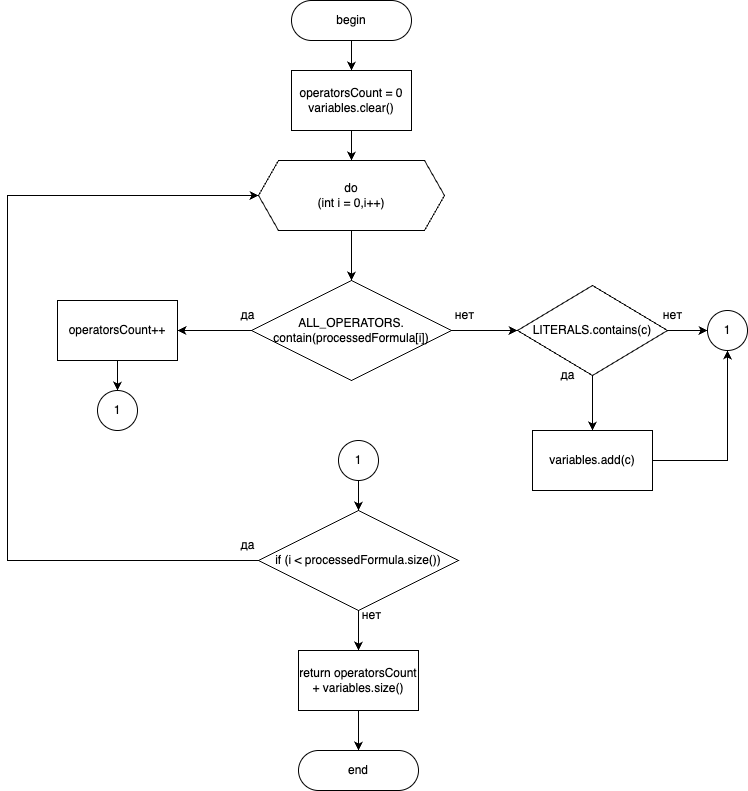
Earlier version of the draw.io export LabsLOIS/FirstLab/schemes/getAbsCount.png (L1x0/LabsBSUIR). Source tidied: cells renumbered, new cells last; positions are measured from the earlier drawing's top-left corner, leaving out a move shared by most shapes.
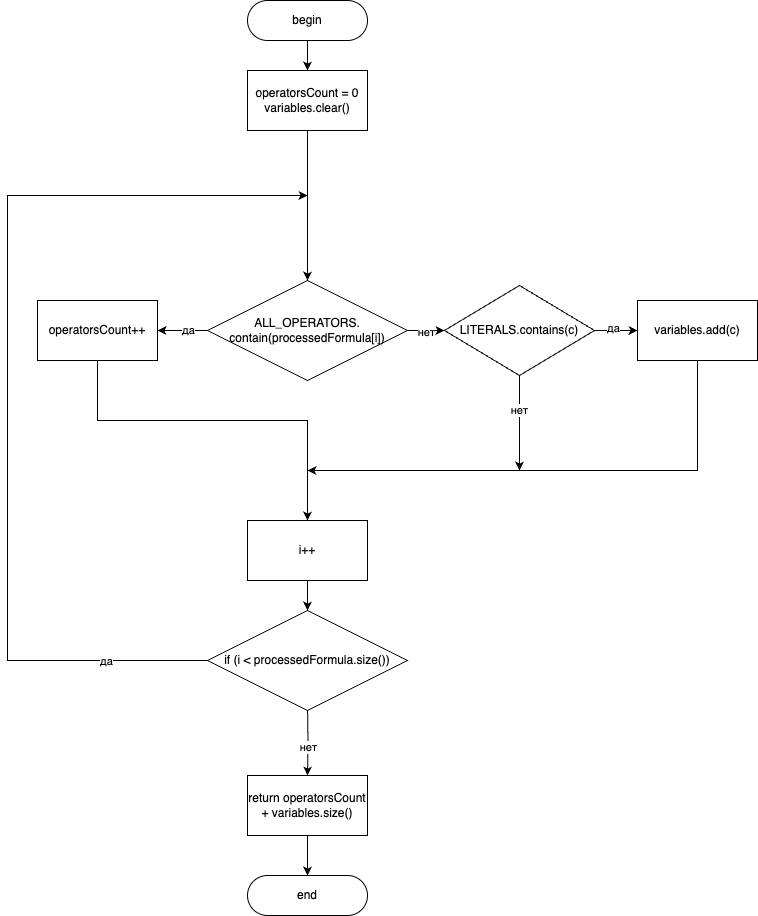
After the commit.

The edit, as a diff of the source:
```diff
@@ -6,103 +6,107 @@
       <mxGeometry relative="1" as="geometry" />
     </mxCell>
     <mxCell id="3" value="begin" style="rounded=1;whiteSpace=wrap;html=1;arcSize=50;" parent="1" vertex="1">
-      <mxGeometry x="284" width="120" height="40" as="geometry" />
+      <mxGeometry x="240" width="120" height="40" as="geometry" />
     </mxCell>
-    <mxCell id="4" style="edgeStyle=orthogonalEdgeStyle;rounded=0;jettySize=auto;html=1;entryX=0.5;entryY=0;entryDx=0;entryDy=0;" parent="1" edge="1" source="5" target="7">
-      <mxGeometry relative="1" as="geometry" />
-    </mxCell>
+    <mxCell id="34" style="edgeStyle=orthogonalEdgeStyle;rounded=0;jettySize=auto;html=1;entryX=0.5;entryY=0;entryDx=0;entryDy=0;" parent="1" edge="1" source="5" target="10">
+      <mxGeometry relative="1" as="geometry" />
+    </mxCell>
     <mxCell id="5" value="operatorsCount = 0&lt;div&gt;variables.clear()&lt;/div&gt;" style="rounded=0;whiteSpace=wrap;html=1;" parent="1" vertex="1">
-      <mxGeometry x="284" y="70" width="120" height="60" as="geometry" />
+      <mxGeometry x="240" y="70" width="120" height="60" as="geometry" />
     </mxCell>
-    <mxCell id="6" style="edgeStyle=orthogonalEdgeStyle;rounded=0;jettySize=auto;html=1;" parent="1" edge="1" source="7" target="10">
-      <mxGeometry relative="1" as="geometry" />
-    </mxCell>
-    <mxCell id="7" value="do&lt;div&gt;(int i = 0,i++)&lt;/div&gt;" style="shape=hexagon;perimeter=hexagonPerimeter2;whiteSpace=wrap;html=1;fixedSize=1;" parent="1" vertex="1">
-      <mxGeometry x="251" y="160" width="186" height="70" as="geometry" />
-    </mxCell>
     <mxCell id="8" style="edgeStyle=orthogonalEdgeStyle;rounded=0;jettySize=auto;html=1;entryX=1;entryY=0.5;entryDx=0;entryDy=0;" parent="1" edge="1" source="10" target="12">
       <mxGeometry relative="1" as="geometry" />
     </mxCell>
+    <mxCell id="35" value="да" style="edgeLabel;html=1;align=center;verticalAlign=middle;" parent="8" vertex="1">
+      <mxGeometry x="-0.2" y="-1" relative="1" as="geometry" />
+    </mxCell>
     <mxCell id="9" style="edgeStyle=orthogonalEdgeStyle;rounded=0;jettySize=auto;html=1;entryX=0;entryY=0.5;entryDx=0;entryDy=0;" parent="1" edge="1" source="10" target="18">
       <mxGeometry relative="1" as="geometry" />
     </mxCell>
+    <mxCell id="36" value="нет" style="edgeLabel;html=1;align=center;verticalAlign=middle;" parent="9" vertex="1">
+      <mxGeometry x="0.09" y="-1" relative="1" as="geometry" />
+    </mxCell>
     <mxCell id="10" value="ALL_OPERATORS.&lt;div&gt;contain(processedFormula[i])&lt;/div&gt;" style="rhombus;whiteSpace=wrap;html=1;" parent="1" vertex="1">
-      <mxGeometry x="244" y="280" width="200" height="100" as="geometry" />
+      <mxGeometry x="200" y="280" width="200" height="100" as="geometry" />
     </mxCell>
-    <mxCell id="11" style="edgeStyle=orthogonalEdgeStyle;rounded=0;jettySize=auto;html=1;entryX=0.5;entryY=0;entryDx=0;entryDy=0;" parent="1" edge="1" source="12" target="22">
-      <mxGeometry relative="1" as="geometry" />
-    </mxCell>
+    <mxCell id="37" style="edgeStyle=orthogonalEdgeStyle;rounded=0;jettySize=auto;html=1;entryX=0.5;entryY=0;entryDx=0;entryDy=0;" parent="1" edge="1" target="45">
+      <mxGeometry relative="1" as="geometry">
+        <mxPoint x="50" y="360" as="sourcePoint" />
+        <Array as="points">
+          <mxPoint x="90" y="360" />
+          <mxPoint x="90" y="420" />
+          <mxPoint x="300" y="420" />
+        </Array>
+      </mxGeometry>
+    </mxCell>
     <mxCell id="12" value="operatorsCount++" style="rounded=0;whiteSpace=wrap;html=1;" parent="1" vertex="1">
-      <mxGeometry x="50" y="300" width="120" height="60" as="geometry" />
+      <mxGeometry x="30" y="300" width="120" height="60" as="geometry" />
     </mxCell>
-    <mxCell id="13" value="да" style="text;html=1;align=center;verticalAlign=middle;strokeColor=none;fillColor=none;" parent="1" vertex="1">
-      <mxGeometry x="220" y="300" width="40" height="30" as="geometry" />
-    </mxCell>
-    <mxCell id="14" style="edgeStyle=orthogonalEdgeStyle;rounded=0;jettySize=auto;html=1;entryX=0.5;entryY=1;entryDx=0;entryDy=0;" parent="1" edge="1" source="15" target="23">
-      <mxGeometry relative="1" as="geometry" />
-    </mxCell>
+    <mxCell id="38" style="edgeStyle=orthogonalEdgeStyle;rounded=0;jettySize=auto;html=1;" parent="1" edge="1" source="15">
+      <mxGeometry relative="1" as="geometry">
+        <mxPoint x="300" y="470" as="targetPoint" />
+        <Array as="points">
+          <mxPoint x="690" y="470" />
+        </Array>
+      </mxGeometry>
+    </mxCell>
     <mxCell id="15" value="variables.add(c)" style="rounded=0;whiteSpace=wrap;html=1;" parent="1" vertex="1">
-      <mxGeometry x="525" y="430" width="120" height="60" as="geometry" />
+      <mxGeometry x="630" y="300" width="120" height="60" as="geometry" />
     </mxCell>
-    <mxCell id="16" style="edgeStyle=orthogonalEdgeStyle;rounded=0;jettySize=auto;html=1;entryX=0.5;entryY=0;entryDx=0;entryDy=0;" parent="1" edge="1" source="18" target="15">
-      <mxGeometry relative="1" as="geometry" />
-    </mxCell>
-    <mxCell id="17" style="edgeStyle=orthogonalEdgeStyle;rounded=0;jettySize=auto;html=1;entryX=0;entryY=0.5;entryDx=0;entryDy=0;" parent="1" edge="1" source="18" target="23">
+    <mxCell id="17" style="edgeStyle=orthogonalEdgeStyle;rounded=0;jettySize=auto;html=1;entryX=0;entryY=0.5;entryDx=0;entryDy=0;" parent="1" edge="1" source="18" target="15">
       <mxGeometry relative="1" as="geometry" />
     </mxCell>
+    <mxCell id="39" value="да" style="edgeLabel;html=1;align=center;verticalAlign=middle;" parent="17" vertex="1">
+      <mxGeometry x="-0.14" y="3" relative="1" as="geometry" />
+    </mxCell>
+    <mxCell id="40" style="edgeStyle=orthogonalEdgeStyle;rounded=0;jettySize=auto;html=1;" parent="1" edge="1" source="18">
+      <mxGeometry relative="1" as="geometry">
+        <mxPoint x="512" y="470" as="targetPoint" />
+      </mxGeometry>
+    </mxCell>
+    <mxCell id="41" value="нет" style="edgeLabel;html=1;align=center;verticalAlign=middle;" parent="40" vertex="1">
+      <mxGeometry x="-0.28" y="-1" relative="1" as="geometry" />
+    </mxCell>
     <mxCell id="18" value="LITERALS.contains(c)" style="rhombus;whiteSpace=wrap;html=1;" parent="1" vertex="1">
-      <mxGeometry x="510" y="285" width="150" height="90" as="geometry" />
+      <mxGeometry x="437" y="285" width="150" height="90" as="geometry" />
     </mxCell>
-    <mxCell id="19" value="нет" style="text;html=1;align=center;verticalAlign=middle;strokeColor=none;fillColor=none;" parent="1" vertex="1">
-      <mxGeometry x="437" y="300" width="40" height="30" as="geometry" />
-    </mxCell>
-    <mxCell id="20" value="да" style="text;html=1;align=center;verticalAlign=middle;strokeColor=none;fillColor=none;" parent="1" vertex="1">
-      <mxGeometry x="540" y="360" width="40" height="30" as="geometry" />
-    </mxCell>
-    <mxCell id="21" value="нет" style="text;html=1;align=center;verticalAlign=middle;strokeColor=none;fillColor=none;" parent="1" vertex="1">
-      <mxGeometry x="645" y="300" width="40" height="30" as="geometry" />
-    </mxCell>
-    <mxCell id="22" value="1" style="ellipse;whiteSpace=wrap;html=1;" parent="1" vertex="1">
-      <mxGeometry x="90" y="390" width="40" height="40" as="geometry" />
-    </mxCell>
-    <mxCell id="23" value="1" style="ellipse;whiteSpace=wrap;html=1;" parent="1" vertex="1">
-      <mxGeometry x="700" y="310" width="40" height="40" as="geometry" />
-    </mxCell>
-    <mxCell id="24" style="edgeStyle=orthogonalEdgeStyle;rounded=0;jettySize=auto;html=1;entryX=0.5;entryY=0;entryDx=0;entryDy=0;" parent="1" edge="1" source="25" target="28">
-      <mxGeometry relative="1" as="geometry" />
-    </mxCell>
-    <mxCell id="25" value="1" style="ellipse;whiteSpace=wrap;html=1;" parent="1" vertex="1">
-      <mxGeometry x="331" y="440" width="40" height="40" as="geometry" />
-    </mxCell>
-    <mxCell id="26" style="edgeStyle=orthogonalEdgeStyle;rounded=0;jettySize=auto;html=1;entryX=0;entryY=0.5;entryDx=0;entryDy=0;exitX=0;exitY=0.5;exitDx=0;exitDy=0;" parent="1" edge="1" source="28" target="7">
+    <mxCell id="26" style="edgeStyle=orthogonalEdgeStyle;rounded=0;jettySize=auto;html=1;exitX=0;exitY=0.5;exitDx=0;exitDy=0;" parent="1" edge="1" source="28">
       <mxGeometry relative="1" as="geometry">
+        <mxPoint x="300" y="195" as="targetPoint" />
         <Array as="points">
-          <mxPoint x="244" y="560" />
-          <mxPoint y="560" />
+          <mxPoint y="660" />
           <mxPoint y="195" />
         </Array>
       </mxGeometry>
     </mxCell>
+    <mxCell id="42" value="да" style="edgeLabel;html=1;align=center;verticalAlign=middle;" parent="26" vertex="1">
+      <mxGeometry x="-0.79" relative="1" as="geometry" />
+    </mxCell>
-    <mxCell id="27" style="edgeStyle=orthogonalEdgeStyle;rounded=0;jettySize=auto;html=1;" parent="1" edge="1" source="28" target="32">
-      <mxGeometry relative="1" as="geometry" />
+    <mxCell id="27" style="edgeStyle=orthogonalEdgeStyle;rounded=0;jettySize=auto;html=1;" parent="1" edge="1" target="32">
+      <mxGeometry relative="1" as="geometry">
+        <mxPoint x="300" y="705" as="sourcePoint" />
+      </mxGeometry>
     </mxCell>
+    <mxCell id="43" value="нет" style="edgeLabel;html=1;align=center;verticalAlign=middle;" parent="27" vertex="1">
+      <mxGeometry x="0.2" relative="1" as="geometry" />
+    </mxCell>
     <mxCell id="28" value="if (i &amp;lt; processedFormula.size())" style="rhombus;whiteSpace=wrap;html=1;" parent="1" vertex="1">
-      <mxGeometry x="251" y="510" width="200" height="100" as="geometry" />
+      <mxGeometry x="200" y="610" width="200" height="100" as="geometry" />
     </mxCell>
-    <mxCell id="29" value="да" style="text;html=1;align=center;verticalAlign=middle;strokeColor=none;fillColor=none;" parent="1" vertex="1">
-      <mxGeometry x="220" y="530" width="40" height="30" as="geometry" />
-    </mxCell>
-    <mxCell id="30" value="нет" style="text;html=1;align=center;verticalAlign=middle;strokeColor=none;fillColor=none;" parent="1" vertex="1">
-      <mxGeometry x="344" y="600" width="40" height="30" as="geometry" />
-    </mxCell>
     <mxCell id="31" style="edgeStyle=orthogonalEdgeStyle;rounded=0;jettySize=auto;html=1;" parent="1" edge="1" source="32" target="33">
       <mxGeometry relative="1" as="geometry" />
     </mxCell>
     <mxCell id="32" value="return operatorsCount&lt;div&gt;+ variables.size()&lt;/div&gt;" style="rounded=0;whiteSpace=wrap;html=1;" parent="1" vertex="1">
-      <mxGeometry x="291" y="650" width="120" height="60" as="geometry" />
+      <mxGeometry x="240" y="775" width="120" height="60" as="geometry" />
     </mxCell>
     <mxCell id="33" value="end" style="rounded=1;whiteSpace=wrap;html=1;arcSize=50;" parent="1" vertex="1">
-      <mxGeometry x="291" y="750" width="120" height="40" as="geometry" />
+      <mxGeometry x="240" y="875" width="120" height="40" as="geometry" />
     </mxCell>
+    <mxCell id="44" style="edgeStyle=orthogonalEdgeStyle;rounded=0;jettySize=auto;html=1;entryX=0.5;entryY=0;entryDx=0;entryDy=0;" parent="1" edge="1" source="45" target="28">
+      <mxGeometry relative="1" as="geometry" />
+    </mxCell>
+    <mxCell id="45" value="i++" style="whiteSpace=wrap;html=1;" parent="1" vertex="1">
+      <mxGeometry x="240" y="520" width="120" height="60" as="geometry" />
+    </mxCell>
   </root>
 </mxGraphModel>
```
